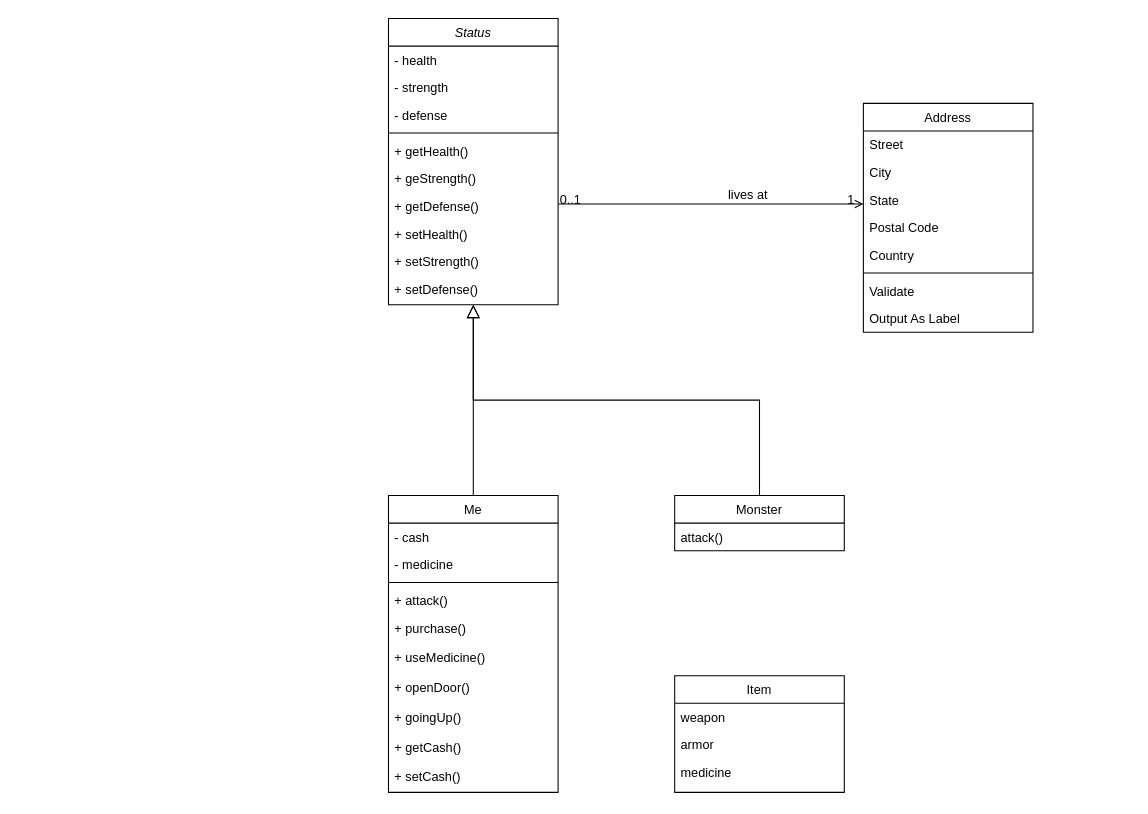
The draw.io diagram 제목 없는 다이어그램.drawio in yj20000/Cplus_project, before the edit. Source tidied: cells renumbered, new cells numbered last; positions are measured from the earlier drawing's top-left corner, leaving out a move shared by most shapes. Both pictures are drawn from the tidied source at 106%, with x=0, y=0 at pixel (388, 18).
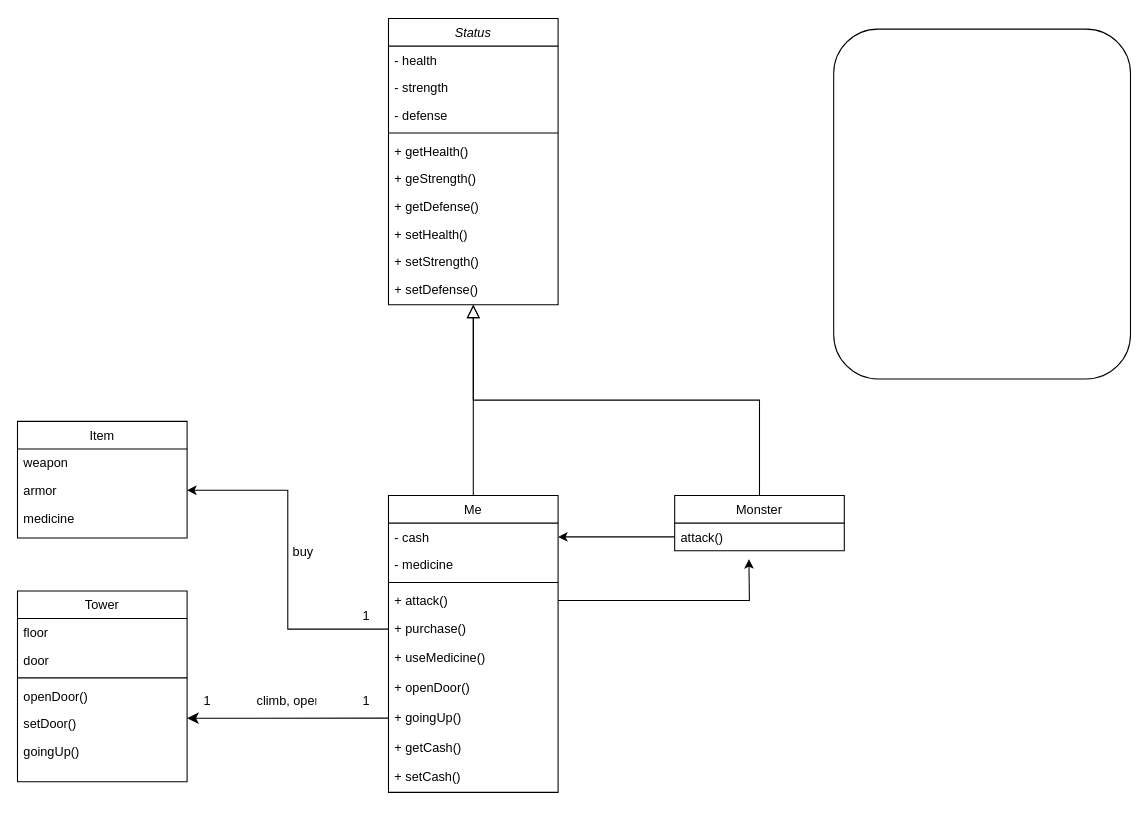
The same page after the edit.

Unchanged cells that the change refers to:
```xml
<mxCell id="2" value="Status" style="swimlane;fontStyle=2;align=center;verticalAlign=top;horizontal=1;startSize=26;rounded=0;shadow=0;strokeWidth=1;" parent="1" vertex="1">
  <mxGeometry width="160" height="270" as="geometry" />
</mxCell>
<mxCell id="13" value="Me" style="swimlane;fontStyle=0;align=center;verticalAlign=top;horizontal=1;startSize=26;rounded=0;shadow=0;strokeWidth=1;" parent="1" vertex="1">
  <mxGeometry y="450" width="160" height="280" as="geometry" />
</mxCell>
<mxCell id="14" value="- cash" style="text;align=left;verticalAlign=top;spacingLeft=4;spacingRight=4;overflow=hidden;points=[[0,0.5],[1,0.5]];portConstraint=eastwest;" parent="13" vertex="1">
  <mxGeometry y="26" width="160" height="26" as="geometry" />
</mxCell>
<mxCell id="17" value="+ attack()" style="text;align=left;verticalAlign=top;spacingLeft=4;spacingRight=4;overflow=hidden;points=[[0,0.5],[1,0.5]];portConstraint=eastwest;fontStyle=0;" parent="13" vertex="1">
  <mxGeometry y="86" width="160" height="26" as="geometry" />
</mxCell>
<mxCell id="18" value="+ purchase()" style="text;align=left;verticalAlign=top;spacingLeft=4;spacingRight=4;overflow=hidden;points=[[0,0.5],[1,0.5]];portConstraint=eastwest;" parent="13" vertex="1">
  <mxGeometry y="112" width="160" height="28" as="geometry" />
</mxCell>
<mxCell id="21" value="+ goingUp()" style="text;align=left;verticalAlign=top;spacingLeft=4;spacingRight=4;overflow=hidden;points=[[0,0.5],[1,0.5]];portConstraint=eastwest;" parent="13" vertex="1">
  <mxGeometry y="196" width="160" height="28" as="geometry" />
</mxCell>
<mxCell id="26" value="attack()" style="text;align=left;verticalAlign=top;spacingLeft=4;spacingRight=4;overflow=hidden;points=[[0,0.5],[1,0.5]];portConstraint=eastwest;" parent="25" vertex="1">
  <mxGeometry y="26" width="160" height="26" as="geometry" />
</mxCell>
<mxCell id="43" value="armor" style="text;align=left;verticalAlign=top;spacingLeft=4;spacingRight=4;overflow=hidden;points=[[0,0.5],[1,0.5]];portConstraint=eastwest;" parent="41" vertex="1">
  <mxGeometry y="52" width="160" height="26" as="geometry" />
</mxCell>
```

Change to the diagram source:
```diff
@@
+    <mxCell id="45" style="edgeStyle=orthogonalEdgeStyle;rounded=0;jettySize=auto;html=1;exitX=1;exitY=0.5;exitDx=0;exitDy=0;" parent="13" edge="1" source="17">
+      <mxGeometry relative="1" as="geometry">
+        <mxPoint x="340" y="60" as="targetPoint" />
+      </mxGeometry>
+    </mxCell>
@@
-    <mxCell id="28" value="Address" style="swimlane;fontStyle=0;align=center;verticalAlign=top;horizontal=1;startSize=26;rounded=0;shadow=0;strokeWidth=1;" parent="1" vertex="1">
-      <mxGeometry x="448" y="80" width="160" height="216" as="geometry" />
-    </mxCell>
-    <mxCell id="29" value="Street" style="text;align=left;verticalAlign=top;spacingLeft=4;spacingRight=4;overflow=hidden;" parent="28" vertex="1">
-      <mxGeometry y="26" width="160" height="26" as="geometry" />
-    </mxCell>
-    <mxCell id="30" value="City" style="text;align=left;verticalAlign=top;spacingLeft=4;spacingRight=4;overflow=hidden;rounded=0;shadow=0;html=0;" parent="28" vertex="1">
-      <mxGeometry y="52" width="160" height="26" as="geometry" />
-    </mxCell>
-    <mxCell id="31" value="State" style="text;align=left;verticalAlign=top;spacingLeft=4;spacingRight=4;overflow=hidden;rounded=0;shadow=0;html=0;" parent="28" vertex="1">
-      <mxGeometry y="78" width="160" height="26" as="geometry" />
-    </mxCell>
-    <mxCell id="32" value="Postal Code" style="text;align=left;verticalAlign=top;spacingLeft=4;spacingRight=4;overflow=hidden;rounded=0;shadow=0;html=0;" parent="28" vertex="1">
-      <mxGeometry y="104" width="160" height="26" as="geometry" />
-    </mxCell>
-    <mxCell id="33" value="Country" style="text;align=left;verticalAlign=top;spacingLeft=4;spacingRight=4;overflow=hidden;rounded=0;shadow=0;html=0;" parent="28" vertex="1">
-      <mxGeometry y="130" width="160" height="26" as="geometry" />
-    </mxCell>
-    <mxCell id="34" style="line;html=1;strokeWidth=1;align=left;verticalAlign=middle;spacingTop=-1;spacingLeft=3;spacingRight=3;labelPosition=right;" parent="28" vertex="1">
-      <mxGeometry y="156" width="160" height="8" as="geometry" />
-    </mxCell>
-    <mxCell id="35" value="Validate" style="text;align=left;verticalAlign=top;spacingLeft=4;spacingRight=4;overflow=hidden;" parent="28" vertex="1">
-      <mxGeometry y="164" width="160" height="26" as="geometry" />
-    </mxCell>
-    <mxCell id="36" value="Output As Label" style="text;align=left;verticalAlign=top;spacingLeft=4;spacingRight=4;overflow=hidden;" parent="28" vertex="1">
-      <mxGeometry y="190" width="160" height="26" as="geometry" />
-    </mxCell>
-    <mxCell id="37" style="endArrow=open;shadow=0;strokeWidth=1;rounded=0;curved=0;endFill=1;edgeStyle=elbowEdgeStyle;elbow=vertical;" parent="1" edge="1" source="2" target="28">
-      <mxGeometry x="0.5" y="41" relative="1" as="geometry">
-        <mxPoint x="-40" y="32" as="offset" />
-      </mxGeometry>
-    </mxCell>
-    <mxCell id="38" value="0..1" style="align=left;verticalAlign=bottom;labelBackgroundColor=none;fontSize=12;" parent="37" vertex="1">
-      <mxGeometry x="-1" relative="1" as="geometry">
-        <mxPoint y="4" as="offset" />
-      </mxGeometry>
-    </mxCell>
-    <mxCell id="39" value="1" style="align=right;verticalAlign=bottom;labelBackgroundColor=none;fontSize=12;" parent="37" vertex="1">
-      <mxGeometry x="1" relative="1" as="geometry">
-        <mxPoint x="-7" y="4" as="offset" />
-      </mxGeometry>
-    </mxCell>
-    <mxCell id="40" value="lives at" style="text;html=1;align=center;verticalAlign=middle;labelBackgroundColor=none;rounded=0;shadow=0;strokeWidth=1;fontSize=12;" parent="37" vertex="1">
-      <mxGeometry x="0.5" y="49" relative="1" as="geometry">
-        <mxPoint x="-38" y="40" as="offset" />
-      </mxGeometry>
-    </mxCell>
     <mxCell id="41" value="Item" style="swimlane;fontStyle=0;align=center;verticalAlign=top;horizontal=1;startSize=26;rounded=0;shadow=0;strokeWidth=1;" parent="1" vertex="1">
-      <mxGeometry x="270" y="620" width="160" height="110" as="geometry" />
+      <mxGeometry x="-350" y="380" width="160" height="110" as="geometry" />
     </mxCell>
@@
+    <mxCell id="46" value="Tower" style="swimlane;fontStyle=0;align=center;verticalAlign=top;horizontal=1;startSize=26;rounded=0;shadow=0;strokeWidth=1;" parent="1" vertex="1">
+      <mxGeometry x="-350" y="540" width="160" height="180" as="geometry" />
+    </mxCell>
+    <mxCell id="47" value="floor" style="text;align=left;verticalAlign=top;spacingLeft=4;spacingRight=4;overflow=hidden;" parent="46" vertex="1">
+      <mxGeometry y="26" width="160" height="26" as="geometry" />
+    </mxCell>
+    <mxCell id="48" value="door" style="text;align=left;verticalAlign=top;spacingLeft=4;spacingRight=4;overflow=hidden;" parent="46" vertex="1">
+      <mxGeometry y="52" width="160" height="26" as="geometry" />
+    </mxCell>
+    <mxCell id="49" style="line;html=1;strokeWidth=1;align=left;verticalAlign=middle;spacingTop=-1;spacingLeft=3;spacingRight=3;labelPosition=right;" parent="46" vertex="1">
+      <mxGeometry y="78" width="160" height="8" as="geometry" />
+    </mxCell>
+    <mxCell id="50" value="openDoor()" style="text;align=left;verticalAlign=top;spacingLeft=4;spacingRight=4;overflow=hidden;" parent="46" vertex="1">
+      <mxGeometry y="86" width="160" height="26" as="geometry" />
+    </mxCell>
+    <mxCell id="51" value="setDoor()" style="text;align=left;verticalAlign=top;spacingLeft=4;spacingRight=4;overflow=hidden;points=[[0,0.5],[1,0.5]];portConstraint=eastwest;" parent="46" vertex="1">
+      <mxGeometry y="112" width="160" height="26" as="geometry" />
+    </mxCell>
+    <mxCell id="52" value="goingUp()" style="text;align=left;verticalAlign=top;spacingLeft=4;spacingRight=4;overflow=hidden;" parent="46" vertex="1">
+      <mxGeometry y="138" width="160" height="26" as="geometry" />
+    </mxCell>
+    <mxCell id="53" style="edgeStyle=segmentEdgeStyle;endArrow=classic;html=1;curved=0;rounded=0;endSize=8;startSize=8;sourcePerimeterSpacing=0;targetPerimeterSpacing=0;exitX=0;exitY=0.5;exitDx=0;exitDy=0;entryX=1;entryY=0.308;entryDx=0;entryDy=0;entryPerimeter=0;" parent="1" edge="1" source="21" target="51">
+      <mxGeometry relative="1" as="geometry" />
+    </mxCell>
+    <mxCell id="54" value="1" style="text;align=left;verticalAlign=top;spacingLeft=4;spacingRight=4;overflow=hidden;" parent="1" vertex="1">
+      <mxGeometry x="-180" y="630" width="38" height="26" as="geometry" />
+    </mxCell>
+    <mxCell id="55" value="1" style="text;align=left;verticalAlign=top;spacingLeft=4;spacingRight=4;overflow=hidden;" parent="1" vertex="1">
+      <mxGeometry x="-30" y="630" width="38" height="26" as="geometry" />
+    </mxCell>
+    <mxCell id="56" value="climb, open" style="text;align=left;verticalAlign=top;spacingLeft=4;spacingRight=4;overflow=hidden;" parent="1" vertex="1">
+      <mxGeometry x="-130" y="630" width="66" height="26" as="geometry" />
+    </mxCell>
+    <mxCell id="57" style="edgeStyle=orthogonalEdgeStyle;rounded=0;jettySize=auto;html=1;exitX=0;exitY=0.5;exitDx=0;exitDy=0;entryX=1;entryY=0.5;entryDx=0;entryDy=0;" parent="1" edge="1" source="18" target="43">
+      <mxGeometry relative="1" as="geometry" />
+    </mxCell>
+    <mxCell id="58" value="1" style="text;align=left;verticalAlign=top;spacingLeft=4;spacingRight=4;overflow=hidden;" parent="1" vertex="1">
+      <mxGeometry x="-30" y="550" width="38" height="26" as="geometry" />
+    </mxCell>
+    <mxCell id="59" value="buy" style="text;align=left;verticalAlign=top;spacingLeft=4;spacingRight=4;overflow=hidden;" parent="1" vertex="1">
+      <mxGeometry x="-96" y="490" width="66" height="26" as="geometry" />
+    </mxCell>
+    <mxCell id="60" style="edgeStyle=orthogonalEdgeStyle;rounded=0;jettySize=auto;html=1;exitX=0;exitY=0.5;exitDx=0;exitDy=0;entryX=1;entryY=0.5;entryDx=0;entryDy=0;" parent="1" edge="1" source="26" target="14">
+      <mxGeometry relative="1" as="geometry" />
+    </mxCell>
+    <mxCell id="61" style="rounded=1;whiteSpace=wrap;html=1;" parent="1" vertex="1">
+      <mxGeometry x="420" y="10" width="280" height="330" as="geometry" />
+    </mxCell>
```
